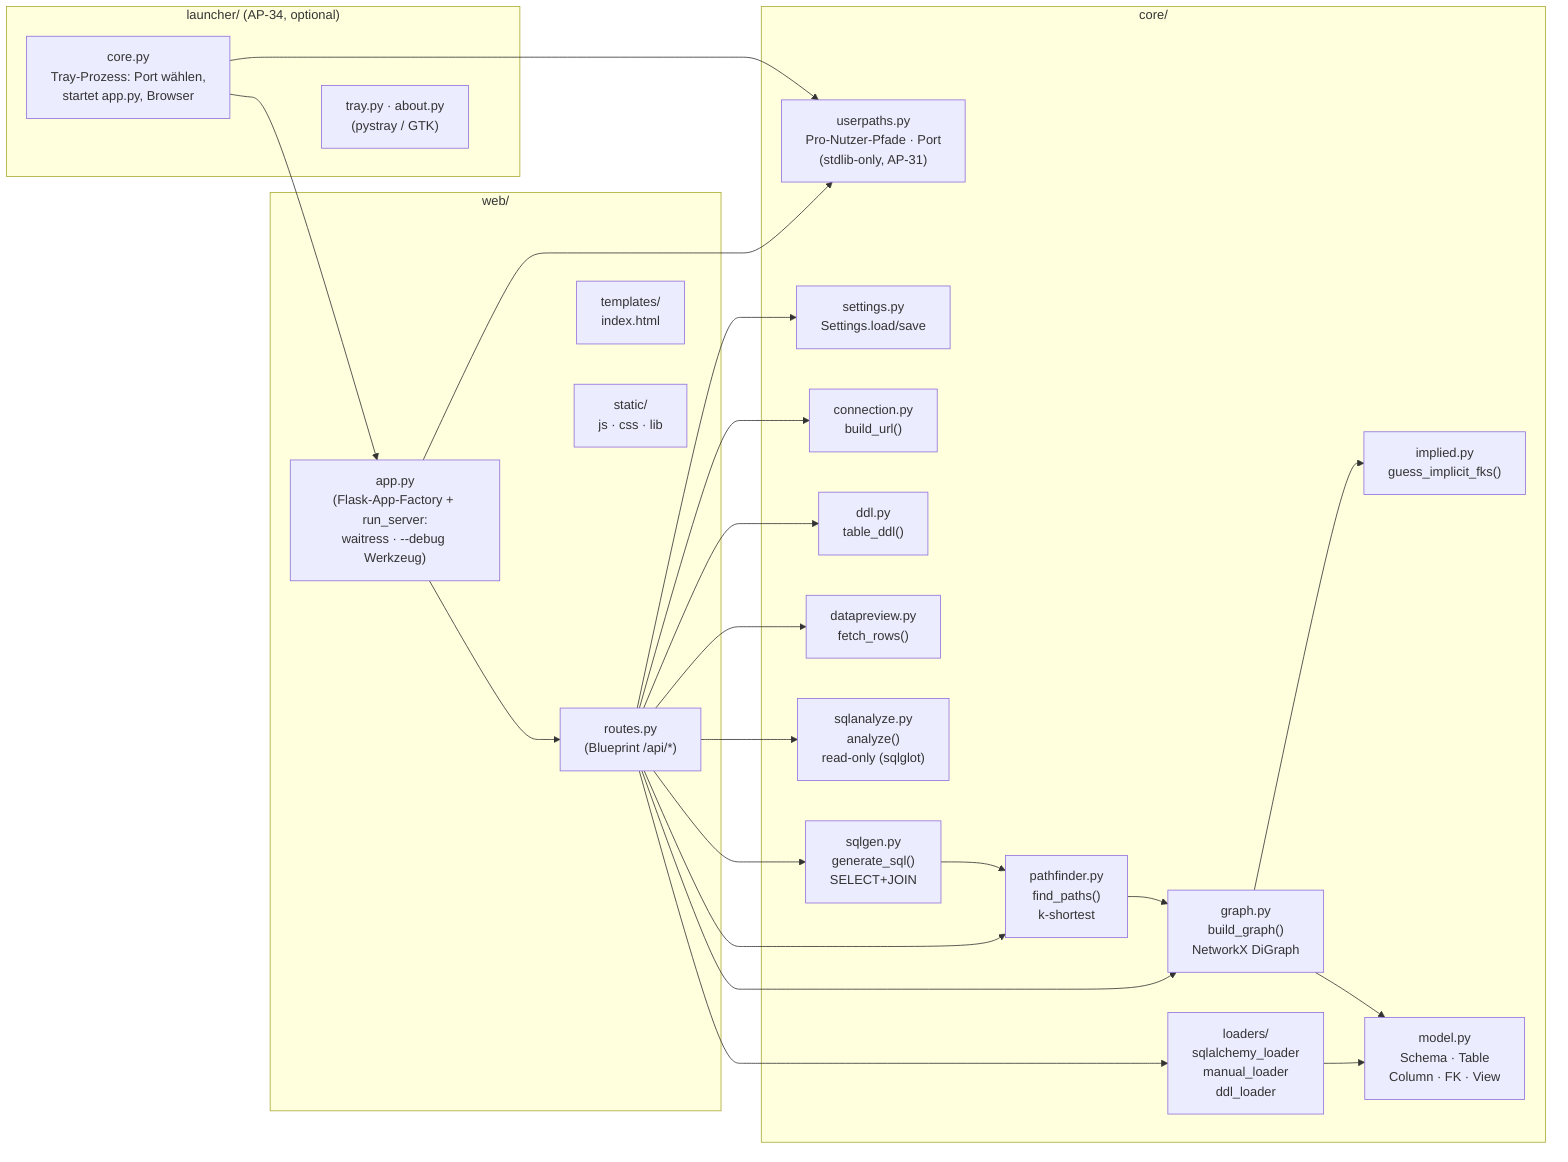
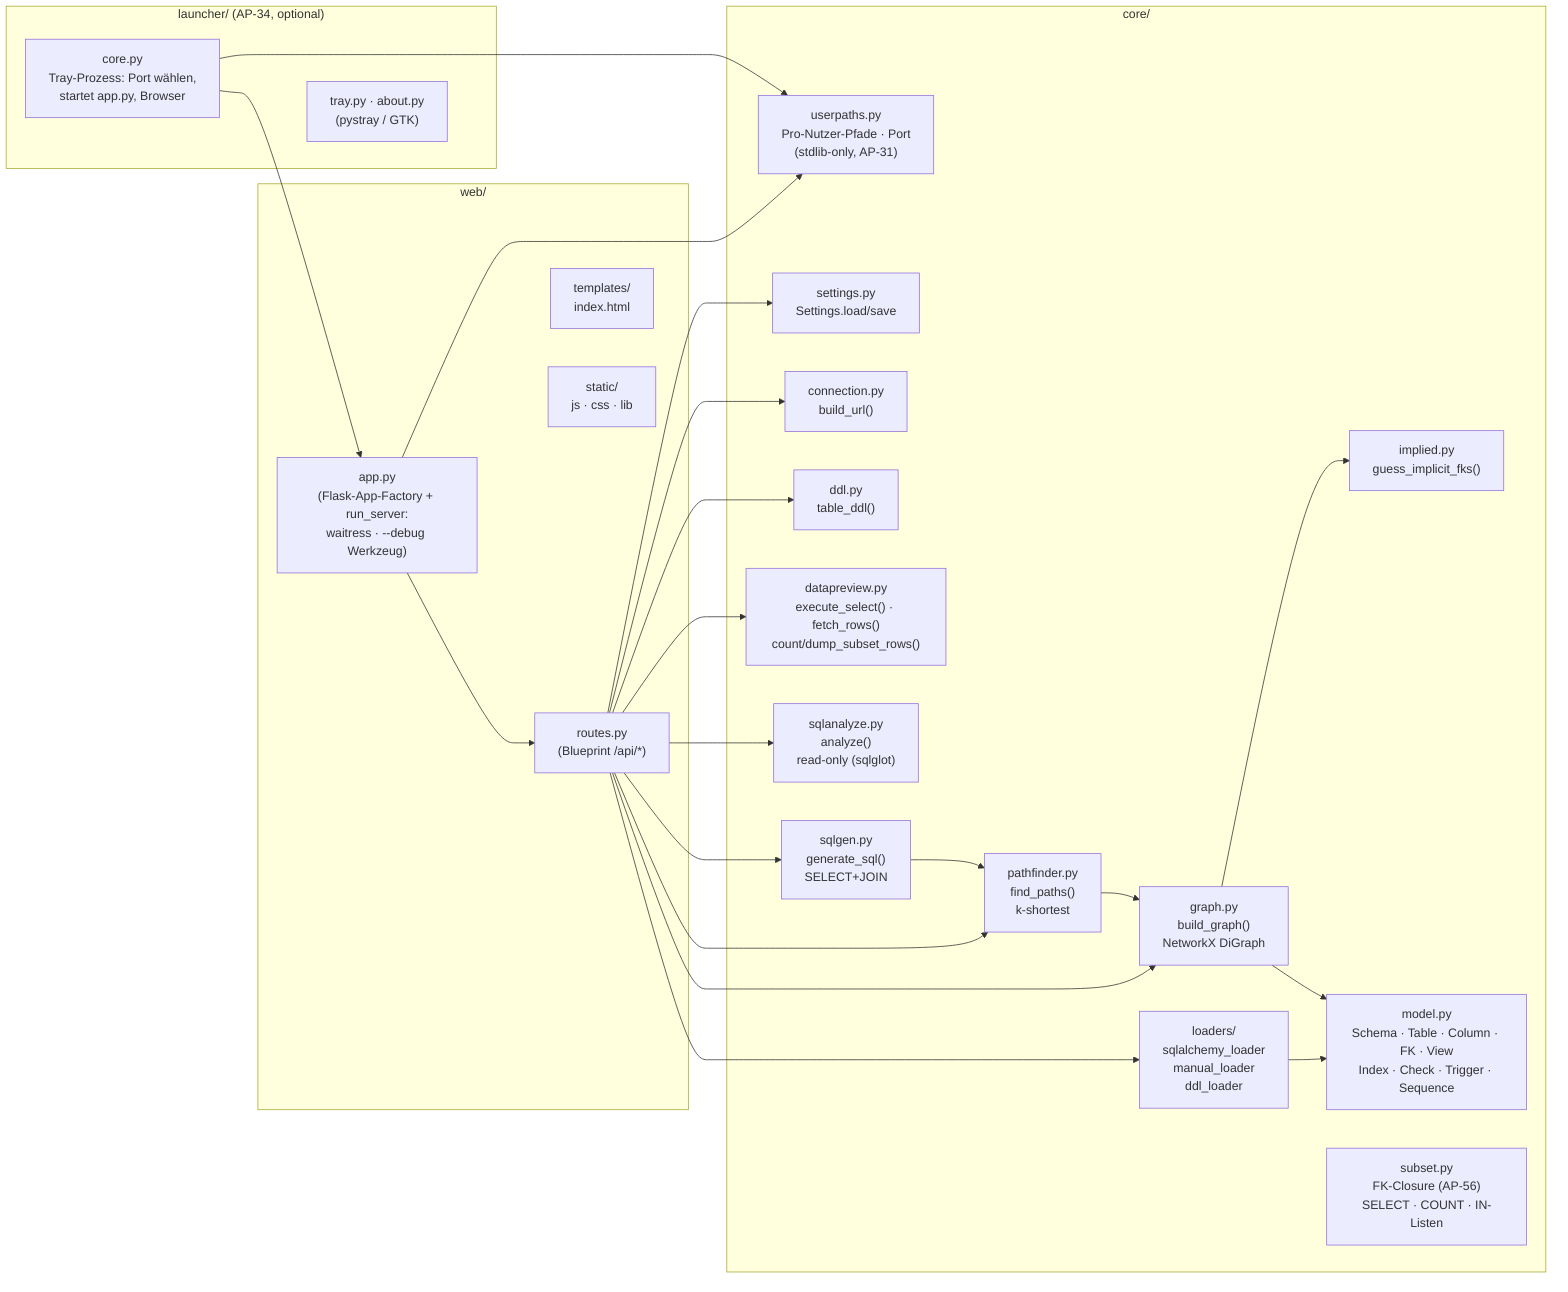
graph LR
    subgraph WEB["web/"]
        APP["app.py\n(Flask-App-Factory + run_server:\nwaitress · --debug Werkzeug)"]
        ROUTES["routes.py\n(Blueprint /api/*)"]
        TPL["templates/\nindex.html"]
        STATIC["static/\njs · css · lib"]
    end
    subgraph CORE["core/"]
        LOADER["loaders/\nsqlalchemy_loader\nmanual_loader\nddl_loader"]
-         MODEL["model.py\nSchema · Table\nColumn · FK · View"]
+         MODEL["model.py\nSchema · Table · Column · FK · View\nIndex · Check · Trigger · Sequence"]
        GRAPH["graph.py\nbuild_graph()\nNetworkX DiGraph"]
        PF["pathfinder.py\nfind_paths()\nk-shortest"]
        SQLGEN["sqlgen.py\ngenerate_sql()\nSELECT+JOIN"]
        SQLANALYZE["sqlanalyze.py\nanalyze()\nread-only (sqlglot)"]
        IMPLIED["implied.py\nguess_implicit_fks()"]
-         PREVIEW["datapreview.py\nfetch_rows()"]
+         PREVIEW["datapreview.py\nexecute_select() · fetch_rows()\ncount/dump_subset_rows()"]
+         SUBSET["subset.py\nFK-Closure (AP-56)\nSELECT · COUNT · IN-Listen"]
        DDL["ddl.py\ntable_ddl()"]
        CONN["connection.py\nbuild_url()"]
        SETTINGS["settings.py\nSettings.load/save"]
        USERPATHS["userpaths.py\nPro-Nutzer-Pfade · Port\n(stdlib-only, AP-31)"]
    end
    subgraph LAUNCH["launcher/ (AP-34, optional)"]
        LCORE["core.py\nTray-Prozess: Port wählen,\nstartet app.py, Browser"]
        LGUI["tray.py · about.py\n(pystray / GTK)"]
        LCORE ~~~ LGUI
    end

    APP --> ROUTES
    APP --> USERPATHS
    LCORE --> APP
    LCORE --> USERPATHS
    ROUTES --> LOADER
    ROUTES --> GRAPH
    ROUTES --> PF
    ROUTES --> SQLGEN
    ROUTES --> SQLANALYZE
    ROUTES --> PREVIEW
    ROUTES --> DDL
    ROUTES --> CONN
    ROUTES --> SETTINGS
    LOADER --> MODEL
    GRAPH --> MODEL
    GRAPH --> IMPLIED
    PF --> GRAPH
    SQLGEN --> PF
